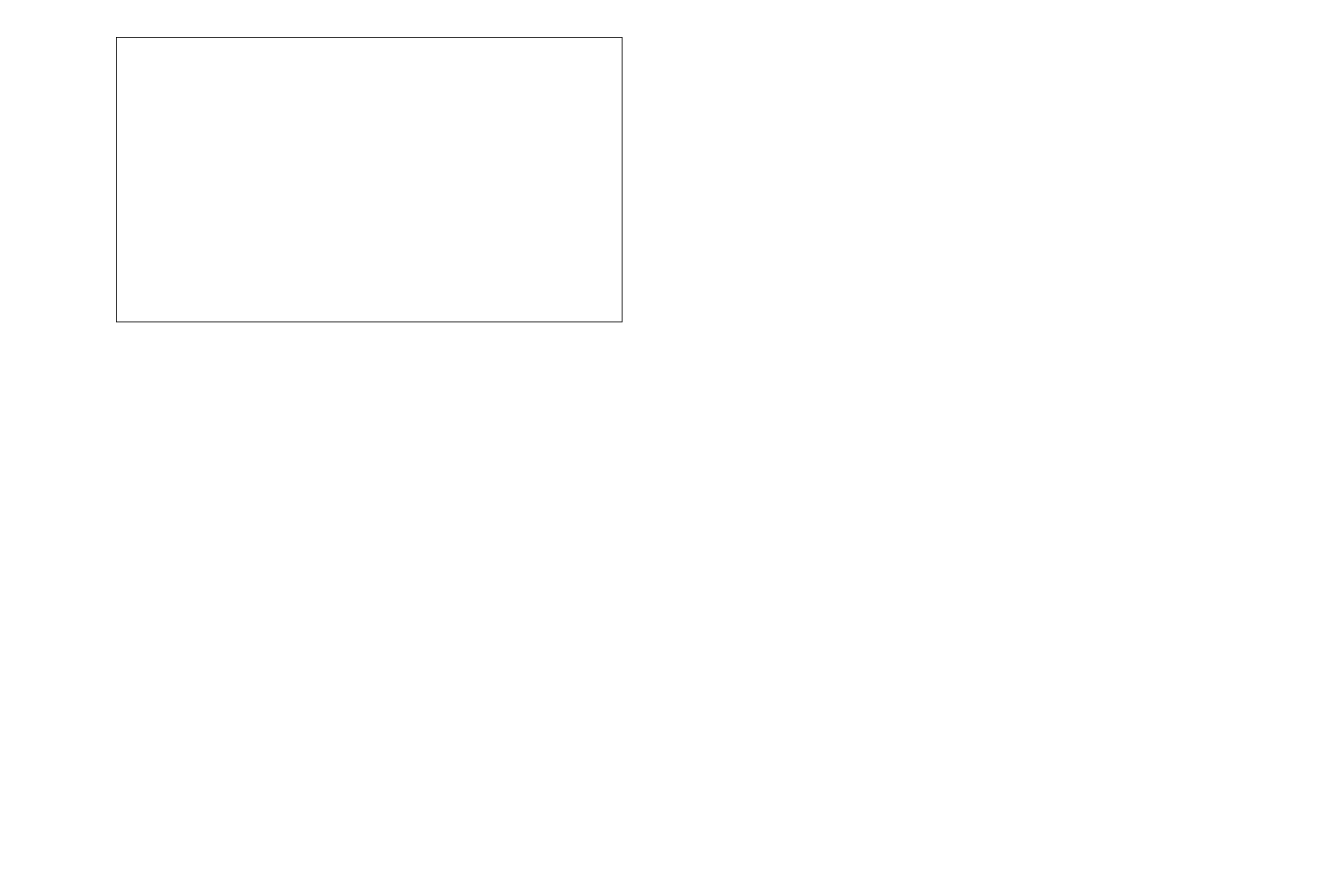
jpazsedano/vgbacklog-web keeps this draw.io diagram as page "Escritorio" (1 of 2) of doc/interfaz vgbacklog-web.drawio. Above is the earlier version. Source tidied: cells renumbered, new cells numbered last; positions are measured from the earlier drawing's top-left corner, leaving out a move shared by most shapes. Both pictures are drawn from the tidied source at 79%, with x=0, y=0 at pixel (116, 37).
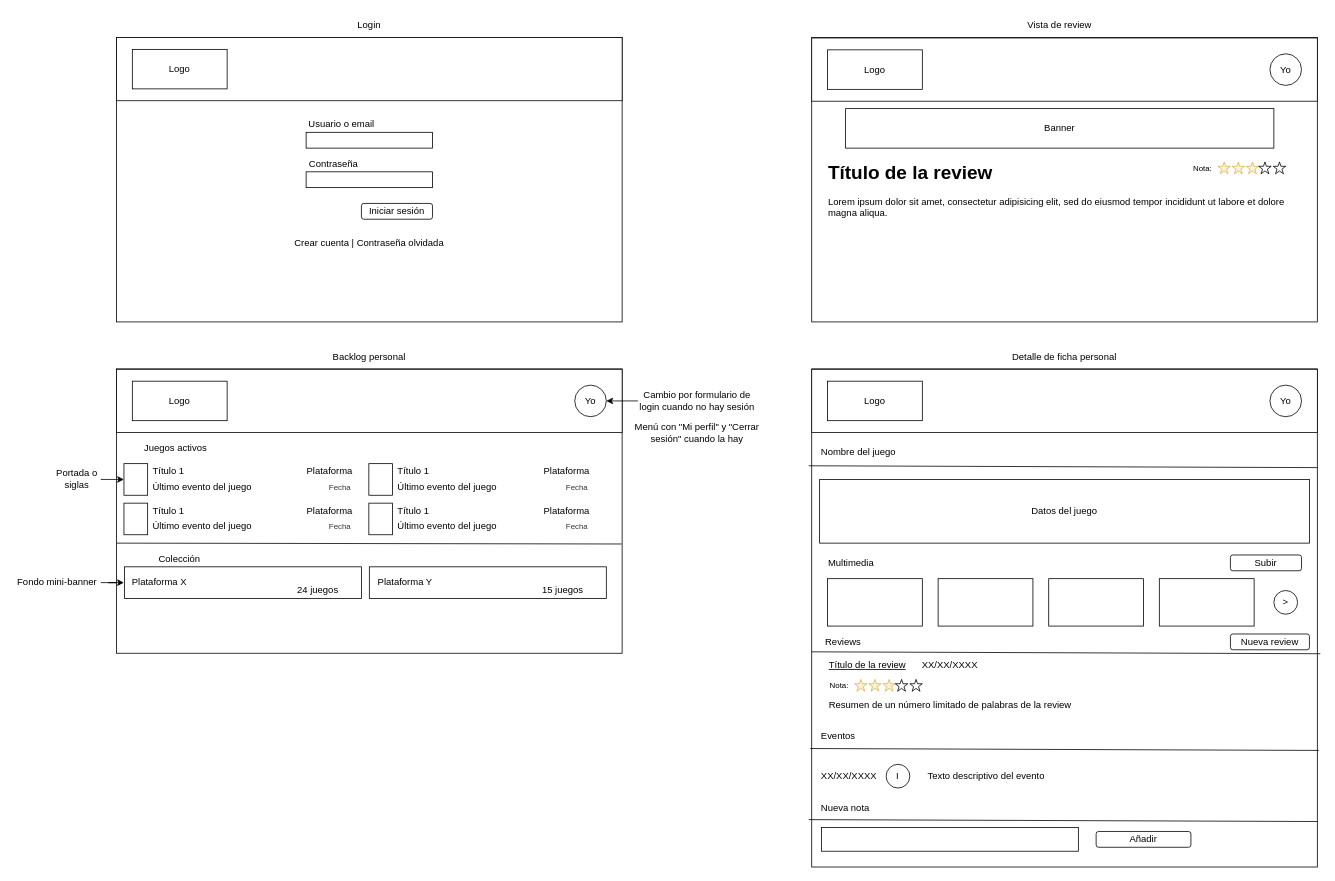
The same page after the edit.

The edit, as a diff of the source:
```diff
@@
+    <mxCell id="3" style="rounded=0;whiteSpace=wrap;html=1;" parent="1" vertex="1">
+      <mxGeometry x="880" width="640" height="360" as="geometry" />
+    </mxCell>
@@
+    <mxCell id="4" style="rounded=0;whiteSpace=wrap;html=1;" parent="1" vertex="1">
+      <mxGeometry width="640" height="80" as="geometry" />
+    </mxCell>
+    <mxCell id="5" style="rounded=0;whiteSpace=wrap;html=1;" parent="1" vertex="1">
+      <mxGeometry y="419.4" width="640" height="360" as="geometry" />
+    </mxCell>
+    <mxCell id="6" style="rounded=0;whiteSpace=wrap;html=1;" parent="1" vertex="1">
+      <mxGeometry y="420" width="640" height="80" as="geometry" />
+    </mxCell>
+    <mxCell id="7" value="Login" style="text;html=1;align=center;verticalAlign=middle;whiteSpace=wrap;rounded=0;" parent="1" vertex="1">
+      <mxGeometry x="130" y="-30" width="380" height="30" as="geometry" />
+    </mxCell>
+    <mxCell id="8" value="Usuario o email" style="text;html=1;align=center;verticalAlign=middle;whiteSpace=wrap;rounded=0;" parent="1" vertex="1">
+      <mxGeometry x="240" y="100" width="90" height="20" as="geometry" />
+    </mxCell>
+    <mxCell id="9" style="rounded=0;whiteSpace=wrap;html=1;" parent="1" vertex="1">
+      <mxGeometry x="240" y="120" width="160" height="20" as="geometry" />
+    </mxCell>
+    <mxCell id="10" style="rounded=0;whiteSpace=wrap;html=1;" parent="1" vertex="1">
+      <mxGeometry x="240" y="170" width="160" height="20" as="geometry" />
+    </mxCell>
+    <mxCell id="11" value="Contraseña" style="text;html=1;align=center;verticalAlign=middle;whiteSpace=wrap;rounded=0;" parent="1" vertex="1">
+      <mxGeometry x="240" y="150" width="70" height="20" as="geometry" />
+    </mxCell>
+    <mxCell id="12" value="Iniciar sesión" style="rounded=1;whiteSpace=wrap;html=1;" parent="1" vertex="1">
+      <mxGeometry x="310" y="210" width="90" height="20" as="geometry" />
+    </mxCell>
+    <mxCell id="13" value="Crear cuenta | Contraseña olvidada" style="text;html=1;align=center;verticalAlign=middle;whiteSpace=wrap;rounded=0;" parent="1" vertex="1">
+      <mxGeometry x="220" y="250" width="200" height="20" as="geometry" />
+    </mxCell>
+    <mxCell id="14" value="Logo" style="rounded=0;whiteSpace=wrap;html=1;" parent="1" vertex="1">
+      <mxGeometry x="20" y="15" width="120" height="50" as="geometry" />
+    </mxCell>
+    <mxCell id="15" value="Logo" style="rounded=0;whiteSpace=wrap;html=1;" parent="1" vertex="1">
+      <mxGeometry x="20" y="435" width="120" height="50" as="geometry" />
+    </mxCell>
+    <mxCell id="16" value="Backlog personal" style="text;html=1;align=center;verticalAlign=middle;whiteSpace=wrap;rounded=0;" parent="1" vertex="1">
+      <mxGeometry x="150" y="390" width="340" height="30" as="geometry" />
+    </mxCell>
+    <mxCell id="17" value="Juegos activos" style="text;html=1;align=center;verticalAlign=middle;whiteSpace=wrap;rounded=0;" parent="1" vertex="1">
+      <mxGeometry x="10" y="510" width="130" height="20" as="geometry" />
+    </mxCell>
+    <mxCell id="18" style="endArrow=none;html=1;rounded=0;exitX=0.001;exitY=0.611;exitDx=0;exitDy=0;exitPerimeter=0;entryX=1;entryY=0.853;entryDx=0;entryDy=0;entryPerimeter=0;" parent="1" edge="1">
+      <mxGeometry relative="1" as="geometry">
+        <mxPoint y="640" as="sourcePoint" />
+        <mxPoint x="639.4" y="641.1" as="targetPoint" />
+      </mxGeometry>
+    </mxCell>
+    <mxCell id="19" style="rounded=0;whiteSpace=wrap;html=1;" parent="1" vertex="1">
+      <mxGeometry x="9.4" y="539.4" width="30" height="40" as="geometry" />
+    </mxCell>
+    <mxCell id="20" value="Título 1" style="text;html=1;align=left;verticalAlign=middle;whiteSpace=wrap;rounded=0;" parent="1" vertex="1">
+      <mxGeometry x="44.4" y="539.4" width="60" height="20" as="geometry" />
+    </mxCell>
+    <mxCell id="21" value="Último evento del juego" style="text;html=1;align=left;verticalAlign=middle;whiteSpace=wrap;rounded=0;" parent="1" vertex="1">
+      <mxGeometry x="44.4" y="559.4" width="135" height="20" as="geometry" />
+    </mxCell>
+    <mxCell id="22" value="Plataforma" style="text;html=1;align=left;verticalAlign=middle;whiteSpace=wrap;rounded=0;" parent="1" vertex="1">
+      <mxGeometry x="239.4" y="539.4" width="60" height="20" as="geometry" />
+    </mxCell>
+    <mxCell id="23" value="&lt;font style=&quot;font-size: 10px;&quot;&gt;Fecha&lt;/font&gt;" style="text;html=1;align=right;verticalAlign=middle;whiteSpace=wrap;rounded=0;fontColor=#333333;" parent="1" vertex="1">
+      <mxGeometry x="269.4" y="559.4" width="30" height="20" as="geometry" />
+    </mxCell>
+    <mxCell id="24" style="rounded=0;whiteSpace=wrap;html=1;" parent="1" vertex="1">
+      <mxGeometry x="319.4" y="539.4" width="30" height="40" as="geometry" />
+    </mxCell>
+    <mxCell id="25" value="Título 1" style="text;html=1;align=left;verticalAlign=middle;whiteSpace=wrap;rounded=0;" parent="1" vertex="1">
+      <mxGeometry x="354.4" y="539.4" width="60" height="20" as="geometry" />
+    </mxCell>
+    <mxCell id="26" value="Último evento del juego" style="text;html=1;align=left;verticalAlign=middle;whiteSpace=wrap;rounded=0;" parent="1" vertex="1">
+      <mxGeometry x="354.4" y="559.4" width="135" height="20" as="geometry" />
+    </mxCell>
+    <mxCell id="27" value="Plataforma" style="text;html=1;align=left;verticalAlign=middle;whiteSpace=wrap;rounded=0;" parent="1" vertex="1">
+      <mxGeometry x="539.4" y="539.4" width="60" height="20" as="geometry" />
+    </mxCell>
+    <mxCell id="28" value="&lt;font style=&quot;font-size: 10px;&quot;&gt;Fecha&lt;/font&gt;" style="text;html=1;align=right;verticalAlign=middle;whiteSpace=wrap;rounded=0;fontColor=#333333;" parent="1" vertex="1">
+      <mxGeometry x="569.4" y="559.4" width="30" height="20" as="geometry" />
+    </mxCell>
+    <mxCell id="29" style="rounded=0;whiteSpace=wrap;html=1;" parent="1" vertex="1">
+      <mxGeometry x="9.4" y="589.4" width="30" height="40" as="geometry" />
+    </mxCell>
+    <mxCell id="30" value="Título 1" style="text;html=1;align=left;verticalAlign=middle;whiteSpace=wrap;rounded=0;" parent="1" vertex="1">
+      <mxGeometry x="44.4" y="589.4" width="60" height="20" as="geometry" />
+    </mxCell>
+    <mxCell id="31" value="Último evento del juego" style="text;html=1;align=left;verticalAlign=middle;whiteSpace=wrap;rounded=0;" parent="1" vertex="1">
+      <mxGeometry x="44.4" y="609.4" width="135" height="20" as="geometry" />
+    </mxCell>
+    <mxCell id="32" value="Plataforma" style="text;html=1;align=left;verticalAlign=middle;whiteSpace=wrap;rounded=0;" parent="1" vertex="1">
+      <mxGeometry x="239.4" y="589.4" width="60" height="20" as="geometry" />
+    </mxCell>
+    <mxCell id="33" value="&lt;font style=&quot;font-size: 10px;&quot;&gt;Fecha&lt;/font&gt;" style="text;html=1;align=right;verticalAlign=middle;whiteSpace=wrap;rounded=0;fontColor=#333333;" parent="1" vertex="1">
+      <mxGeometry x="269.4" y="609.4" width="30" height="20" as="geometry" />
+    </mxCell>
+    <mxCell id="34" style="rounded=0;whiteSpace=wrap;html=1;" parent="1" vertex="1">
+      <mxGeometry x="319.4" y="589.4" width="30" height="40" as="geometry" />
+    </mxCell>
+    <mxCell id="35" value="Título 1" style="text;html=1;align=left;verticalAlign=middle;whiteSpace=wrap;rounded=0;" parent="1" vertex="1">
+      <mxGeometry x="354.4" y="589.4" width="60" height="20" as="geometry" />
+    </mxCell>
+    <mxCell id="36" value="Último evento del juego" style="text;html=1;align=left;verticalAlign=middle;whiteSpace=wrap;rounded=0;" parent="1" vertex="1">
+      <mxGeometry x="354.4" y="609.4" width="135" height="20" as="geometry" />
+    </mxCell>
+    <mxCell id="37" value="Plataforma" style="text;html=1;align=left;verticalAlign=middle;whiteSpace=wrap;rounded=0;" parent="1" vertex="1">
+      <mxGeometry x="539.4" y="589.4" width="60" height="20" as="geometry" />
+    </mxCell>
+    <mxCell id="38" value="&lt;font style=&quot;font-size: 10px;&quot;&gt;Fecha&lt;/font&gt;" style="text;html=1;align=right;verticalAlign=middle;whiteSpace=wrap;rounded=0;fontColor=#333333;" parent="1" vertex="1">
+      <mxGeometry x="569.4" y="609.4" width="30" height="20" as="geometry" />
+    </mxCell>
+    <mxCell id="39" value="Colección" style="text;html=1;align=center;verticalAlign=middle;whiteSpace=wrap;rounded=0;" parent="1" vertex="1">
+      <mxGeometry x="15" y="650" width="130" height="20" as="geometry" />
+    </mxCell>
+    <mxCell id="40" style="rounded=0;whiteSpace=wrap;html=1;" parent="1" vertex="1">
+      <mxGeometry x="10" y="670" width="300" height="40" as="geometry" />
+    </mxCell>
+    <mxCell id="41" value="Plataforma X" style="text;html=1;align=center;verticalAlign=middle;whiteSpace=wrap;rounded=0;" parent="1" vertex="1">
+      <mxGeometry x="9.4" y="670" width="90.6" height="40" as="geometry" />
+    </mxCell>
+    <mxCell id="42" value="24 juegos" style="text;html=1;align=center;verticalAlign=middle;whiteSpace=wrap;rounded=0;" parent="1" vertex="1">
+      <mxGeometry x="200" y="690" width="110" height="20" as="geometry" />
+    </mxCell>
+    <mxCell id="43" value="Yo" style="ellipse;whiteSpace=wrap;html=1;" parent="1" vertex="1">
+      <mxGeometry x="580" y="440" width="40" height="40" as="geometry" />
+    </mxCell>
+    <mxCell id="44" style="edgeStyle=orthogonalEdgeStyle;rounded=0;jettySize=auto;html=1;exitX=0;exitY=0.5;exitDx=0;exitDy=0;entryX=1;entryY=0.5;entryDx=0;entryDy=0;" parent="1" edge="1" source="45" target="43">
+      <mxGeometry relative="1" as="geometry" />
+    </mxCell>
+    <mxCell id="45" value="Cambio por formulario de login cuando no hay sesión" style="text;html=1;align=center;verticalAlign=middle;whiteSpace=wrap;rounded=0;" parent="1" vertex="1">
+      <mxGeometry x="660" y="445" width="150" height="30" as="geometry" />
+    </mxCell>
+    <mxCell id="46" value="Menú con &quot;Mi perfil&quot; y &quot;Cerrar sesión&quot; cuando la hay" style="text;html=1;align=center;verticalAlign=middle;whiteSpace=wrap;rounded=0;" parent="1" vertex="1">
+      <mxGeometry x="650" y="485" width="170" height="30" as="geometry" />
+    </mxCell>
+    <mxCell id="47" style="rounded=0;whiteSpace=wrap;html=1;" parent="1" vertex="1">
+      <mxGeometry x="320" y="670" width="300" height="40" as="geometry" />
+    </mxCell>
+    <mxCell id="48" value="15 juegos" style="text;html=1;align=center;verticalAlign=middle;whiteSpace=wrap;rounded=0;" parent="1" vertex="1">
+      <mxGeometry x="510" y="690" width="110" height="20" as="geometry" />
+    </mxCell>
+    <mxCell id="49" value="Plataforma Y" style="text;html=1;align=center;verticalAlign=middle;whiteSpace=wrap;rounded=0;" parent="1" vertex="1">
+      <mxGeometry x="320" y="670" width="90.6" height="40" as="geometry" />
+    </mxCell>
+    <mxCell id="50" style="edgeStyle=orthogonalEdgeStyle;rounded=0;jettySize=auto;html=1;exitX=1;exitY=0.5;exitDx=0;exitDy=0;" parent="1" edge="1" source="51" target="41">
+      <mxGeometry relative="1" as="geometry" />
+    </mxCell>
+    <mxCell id="51" value="Fondo mini-banner" style="text;html=1;align=center;verticalAlign=middle;whiteSpace=wrap;rounded=0;" parent="1" vertex="1">
+      <mxGeometry x="-130" y="675" width="110" height="30" as="geometry" />
+    </mxCell>
+    <mxCell id="52" style="edgeStyle=orthogonalEdgeStyle;rounded=0;jettySize=auto;html=1;exitX=1;exitY=0.5;exitDx=0;exitDy=0;entryX=0;entryY=0.5;entryDx=0;entryDy=0;" parent="1" edge="1" source="53" target="19">
+      <mxGeometry relative="1" as="geometry" />
+    </mxCell>
+    <mxCell id="53" value="Portada o siglas" style="text;html=1;align=center;verticalAlign=middle;whiteSpace=wrap;rounded=0;" parent="1" vertex="1">
+      <mxGeometry x="-80" y="544.4" width="60" height="30" as="geometry" />
+    </mxCell>
+    <mxCell id="54" style="rounded=0;whiteSpace=wrap;html=1;" parent="1" vertex="1">
+      <mxGeometry x="880" y="419.4" width="640" height="630.6" as="geometry" />
+    </mxCell>
+    <mxCell id="55" style="rounded=0;whiteSpace=wrap;html=1;" parent="1" vertex="1">
+      <mxGeometry x="880" y="420" width="640" height="80" as="geometry" />
+    </mxCell>
+    <mxCell id="56" value="Logo" style="rounded=0;whiteSpace=wrap;html=1;" parent="1" vertex="1">
+      <mxGeometry x="900" y="435" width="120" height="50" as="geometry" />
+    </mxCell>
+    <mxCell id="57" value="Yo" style="ellipse;whiteSpace=wrap;html=1;" parent="1" vertex="1">
+      <mxGeometry x="1460" y="440" width="40" height="40" as="geometry" />
+    </mxCell>
+    <mxCell id="58" value="Detalle de ficha personal" style="text;html=1;align=center;verticalAlign=middle;whiteSpace=wrap;rounded=0;" parent="1" vertex="1">
+      <mxGeometry x="1030" y="390" width="340" height="30" as="geometry" />
+    </mxCell>
+    <mxCell id="59" value="Nombre del juego" style="text;html=1;align=left;verticalAlign=middle;whiteSpace=wrap;rounded=0;" parent="1" vertex="1">
+      <mxGeometry x="890" y="510" width="130" height="30" as="geometry" />
+    </mxCell>
+    <mxCell id="60" style="endArrow=none;html=1;rounded=0;entryX=1.005;entryY=0.344;entryDx=0;entryDy=0;entryPerimeter=0;exitX=-0.001;exitY=0.339;exitDx=0;exitDy=0;exitPerimeter=0;" parent="1" edge="1">
+      <mxGeometry relative="1" as="geometry">
+        <mxPoint x="876.2" y="542.1" as="sourcePoint" />
+        <mxPoint x="1520" y="544.4" as="targetPoint" />
+      </mxGeometry>
+    </mxCell>
+    <mxCell id="61" value="Datos del juego" style="rounded=0;whiteSpace=wrap;html=1;" parent="1" vertex="1">
+      <mxGeometry x="890" y="559.4" width="620" height="80.6" as="geometry" />
+    </mxCell>
+    <mxCell id="62" value="Multimedia" style="text;html=1;align=center;verticalAlign=middle;whiteSpace=wrap;rounded=0;" parent="1" vertex="1">
+      <mxGeometry x="890" y="650" width="80" height="30" as="geometry" />
+    </mxCell>
+    <mxCell id="63" style="rounded=0;whiteSpace=wrap;html=1;" parent="1" vertex="1">
+      <mxGeometry x="900" y="685" width="120" height="60" as="geometry" />
+    </mxCell>
+    <mxCell id="64" style="rounded=0;whiteSpace=wrap;html=1;" parent="1" vertex="1">
+      <mxGeometry x="1040" y="685" width="120" height="60" as="geometry" />
+    </mxCell>
+    <mxCell id="65" style="rounded=0;whiteSpace=wrap;html=1;" parent="1" vertex="1">
+      <mxGeometry x="1180" y="685" width="120" height="60" as="geometry" />
+    </mxCell>
+    <mxCell id="66" style="rounded=0;whiteSpace=wrap;html=1;" parent="1" vertex="1">
+      <mxGeometry x="1320" y="685" width="120" height="60" as="geometry" />
+    </mxCell>
+    <mxCell id="67" value="&amp;gt;" style="ellipse;whiteSpace=wrap;html=1;" parent="1" vertex="1">
+      <mxGeometry x="1465" y="700" width="30" height="30" as="geometry" />
+    </mxCell>
+    <mxCell id="68" value="Reviews" style="text;html=1;align=center;verticalAlign=middle;whiteSpace=wrap;rounded=0;" parent="1" vertex="1">
+      <mxGeometry x="890" y="750" width="60" height="30" as="geometry" />
+    </mxCell>
+    <mxCell id="69" value="Título de la review" style="text;html=1;align=left;verticalAlign=middle;whiteSpace=wrap;rounded=0;fontStyle=4;" parent="1" vertex="1">
+      <mxGeometry x="900" y="780" width="120" height="30" as="geometry" />
+    </mxCell>
+    <mxCell id="70" value="Resumen de un número limitado de palabras de la review" style="text;html=1;align=left;verticalAlign=middle;whiteSpace=wrap;rounded=0;" parent="1" vertex="1">
+      <mxGeometry x="900" y="830" width="600" height="30" as="geometry" />
+    </mxCell>
+    <mxCell id="71" value="XX/XX/XXXX" style="text;html=1;align=center;verticalAlign=middle;whiteSpace=wrap;rounded=0;" parent="1" vertex="1">
+      <mxGeometry x="1020" y="785" width="70" height="20" as="geometry" />
+    </mxCell>
+    <mxCell id="72" value="Nota:" style="text;html=1;align=center;verticalAlign=middle;whiteSpace=wrap;rounded=0;fontSize=10;" parent="1" vertex="1">
+      <mxGeometry x="900" y="805" width="30" height="30" as="geometry" />
+    </mxCell>
+    <mxCell id="73" style="verticalLabelPosition=bottom;verticalAlign=top;html=1;shape=mxgraph.basic.star;fillColor=#fff2cc;strokeColor=#d6b656;" parent="1" vertex="1">
+      <mxGeometry x="934.2" y="812.5" width="15.8" height="15" as="geometry" />
+    </mxCell>
+    <mxCell id="74" style="verticalLabelPosition=bottom;verticalAlign=top;html=1;shape=mxgraph.basic.star;fillColor=#fff2cc;strokeColor=#d6b656;" parent="1" vertex="1">
+      <mxGeometry x="952.1" y="812.5" width="15.8" height="15" as="geometry" />
+    </mxCell>
+    <mxCell id="75" style="verticalLabelPosition=bottom;verticalAlign=top;html=1;shape=mxgraph.basic.star;fillColor=#fff2cc;strokeColor=#d6b656;" parent="1" vertex="1">
+      <mxGeometry x="970" y="812.5" width="15.8" height="15" as="geometry" />
+    </mxCell>
+    <mxCell id="76" style="verticalLabelPosition=bottom;verticalAlign=top;html=1;shape=mxgraph.basic.star;" parent="1" vertex="1">
+      <mxGeometry x="985.8" y="812.5" width="15.8" height="15" as="geometry" />
+    </mxCell>
+    <mxCell id="77" style="verticalLabelPosition=bottom;verticalAlign=top;html=1;shape=mxgraph.basic.star;" parent="1" vertex="1">
+      <mxGeometry x="1004.2" y="812.5" width="15.8" height="15" as="geometry" />
+    </mxCell>
+    <mxCell id="78" style="endArrow=none;html=1;rounded=0;entryX=1.005;entryY=0.344;entryDx=0;entryDy=0;entryPerimeter=0;exitX=-0.001;exitY=0.339;exitDx=0;exitDy=0;exitPerimeter=0;" parent="1" edge="1">
+      <mxGeometry relative="1" as="geometry">
+        <mxPoint x="880" y="777.6" as="sourcePoint" />
+        <mxPoint x="1523.8" y="780" as="targetPoint" />
+      </mxGeometry>
+    </mxCell>
+    <mxCell id="79" value="Subir" style="rounded=1;whiteSpace=wrap;html=1;" parent="1" vertex="1">
+      <mxGeometry x="1410" y="655" width="90" height="20" as="geometry" />
+    </mxCell>
+    <mxCell id="80" value="Nueva review" style="rounded=1;whiteSpace=wrap;html=1;" parent="1" vertex="1">
+      <mxGeometry x="1410" y="755" width="100" height="20" as="geometry" />
+    </mxCell>
+    <mxCell id="81" value="Eventos" style="text;html=1;align=left;verticalAlign=middle;whiteSpace=wrap;rounded=0;" parent="1" vertex="1">
+      <mxGeometry x="890" y="870" width="110" height="30" as="geometry" />
+    </mxCell>
+    <mxCell id="82" style="endArrow=none;html=1;rounded=0;entryX=1.005;entryY=0.344;entryDx=0;entryDy=0;entryPerimeter=0;exitX=-0.001;exitY=0.339;exitDx=0;exitDy=0;exitPerimeter=0;" parent="1" edge="1">
+      <mxGeometry relative="1" as="geometry">
+        <mxPoint x="878.1" y="900" as="sourcePoint" />
+        <mxPoint x="1521.9" y="902.4" as="targetPoint" />
+      </mxGeometry>
+    </mxCell>
+    <mxCell id="83" value="XX/XX/XXXX" style="text;html=1;align=left;verticalAlign=middle;whiteSpace=wrap;rounded=0;" parent="1" vertex="1">
+      <mxGeometry x="890" y="920" width="90" height="30" as="geometry" />
+    </mxCell>
+    <mxCell id="84" value="I" style="ellipse;whiteSpace=wrap;html=1;" parent="1" vertex="1">
+      <mxGeometry x="974.2" y="920" width="30" height="30" as="geometry" />
+    </mxCell>
+    <mxCell id="85" value="Texto descriptivo del evento" style="text;html=1;align=left;verticalAlign=middle;whiteSpace=wrap;rounded=0;" parent="1" vertex="1">
+      <mxGeometry x="1025" y="920" width="365" height="30" as="geometry" />
+    </mxCell>
+    <mxCell id="86" style="rounded=0;whiteSpace=wrap;html=1;" parent="1" vertex="1">
+      <mxGeometry x="892.5" y="1000" width="325" height="30" as="geometry" />
+    </mxCell>
+    <mxCell id="87" value="Nueva nota" style="text;html=1;align=left;verticalAlign=middle;whiteSpace=wrap;rounded=0;" parent="1" vertex="1">
+      <mxGeometry x="890" y="960" width="110" height="30" as="geometry" />
+    </mxCell>
+    <mxCell id="88" style="endArrow=none;html=1;rounded=0;entryX=1.005;entryY=0.344;entryDx=0;entryDy=0;entryPerimeter=0;exitX=-0.001;exitY=0.339;exitDx=0;exitDy=0;exitPerimeter=0;" parent="1" edge="1">
+      <mxGeometry relative="1" as="geometry">
+        <mxPoint x="876.2" y="990" as="sourcePoint" />
+        <mxPoint x="1520" y="992.4" as="targetPoint" />
+      </mxGeometry>
+    </mxCell>
+    <mxCell id="89" value="Añadir" style="rounded=1;whiteSpace=wrap;html=1;" parent="1" vertex="1">
+      <mxGeometry x="1240" y="1005" width="120" height="20" as="geometry" />
+    </mxCell>
+    <mxCell id="90" style="rounded=0;whiteSpace=wrap;html=1;" parent="1" vertex="1">
+      <mxGeometry x="880" y="0.6" width="640" height="80" as="geometry" />
+    </mxCell>
+    <mxCell id="91" value="Logo" style="rounded=0;whiteSpace=wrap;html=1;" parent="1" vertex="1">
+      <mxGeometry x="900" y="15.6" width="120" height="50" as="geometry" />
+    </mxCell>
+    <mxCell id="92" value="Yo" style="ellipse;whiteSpace=wrap;html=1;" parent="1" vertex="1">
+      <mxGeometry x="1460" y="20.6" width="40" height="40" as="geometry" />
+    </mxCell>
+    <mxCell id="93" value="&lt;h1 style=&quot;margin-top: 0px;&quot;&gt;Título de la review&lt;/h1&gt;&lt;p&gt;Lorem ipsum dolor sit amet, consectetur adipisicing elit, sed do eiusmod tempor incididunt ut labore et dolore magna aliqua.&lt;/p&gt;" style="text;html=1;whiteSpace=wrap;overflow=hidden;rounded=0;" parent="1" vertex="1">
+      <mxGeometry x="899.2" y="150" width="600.8" height="170" as="geometry" />
+    </mxCell>
+    <mxCell id="94" value="Banner" style="rounded=0;whiteSpace=wrap;html=1;" parent="1" vertex="1">
+      <mxGeometry x="922.9" y="90" width="542.1" height="50" as="geometry" />
+    </mxCell>
+    <mxCell id="95" value="Vista de review" style="text;html=1;align=center;verticalAlign=middle;whiteSpace=wrap;rounded=0;" parent="1" vertex="1">
+      <mxGeometry x="1000" y="-30" width="387.9" height="30" as="geometry" />
+    </mxCell>
+    <mxCell id="96" value="Nota:" style="text;html=1;align=center;verticalAlign=middle;whiteSpace=wrap;rounded=0;fontSize=10;" parent="1" vertex="1">
+      <mxGeometry x="1360" y="150" width="30" height="30" as="geometry" />
+    </mxCell>
+    <mxCell id="97" style="verticalLabelPosition=bottom;verticalAlign=top;html=1;shape=mxgraph.basic.star;fillColor=#fff2cc;strokeColor=#d6b656;" parent="1" vertex="1">
+      <mxGeometry x="1394.2" y="157.5" width="15.8" height="15" as="geometry" />
+    </mxCell>
+    <mxCell id="98" style="verticalLabelPosition=bottom;verticalAlign=top;html=1;shape=mxgraph.basic.star;fillColor=#fff2cc;strokeColor=#d6b656;" parent="1" vertex="1">
+      <mxGeometry x="1412.1" y="157.5" width="15.8" height="15" as="geometry" />
+    </mxCell>
+    <mxCell id="99" style="verticalLabelPosition=bottom;verticalAlign=top;html=1;shape=mxgraph.basic.star;fillColor=#fff2cc;strokeColor=#d6b656;" parent="1" vertex="1">
+      <mxGeometry x="1430" y="157.5" width="15.8" height="15" as="geometry" />
+    </mxCell>
+    <mxCell id="100" style="verticalLabelPosition=bottom;verticalAlign=top;html=1;shape=mxgraph.basic.star;" parent="1" vertex="1">
+      <mxGeometry x="1445.8" y="157.5" width="15.8" height="15" as="geometry" />
+    </mxCell>
+    <mxCell id="101" style="verticalLabelPosition=bottom;verticalAlign=top;html=1;shape=mxgraph.basic.star;" parent="1" vertex="1">
+      <mxGeometry x="1464.2" y="157.5" width="15.8" height="15" as="geometry" />
+    </mxCell>
```
